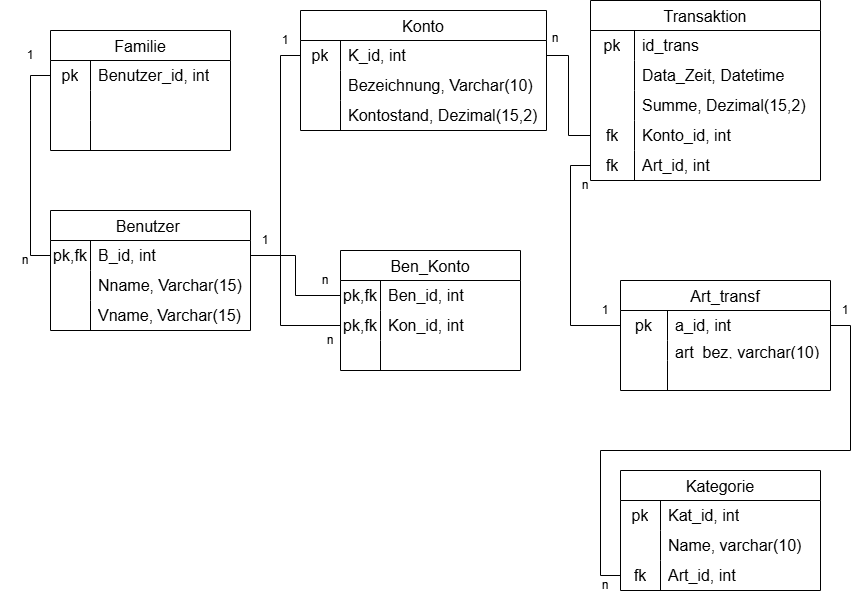
Before: image/budget_relmodell.drawio.png, a diagram exported from draw.io (MaryGh20/Budgetverwaltungsssystem1). Source tidied: cells renumbered, new cells last; positions are measured from the earlier drawing's top-left corner, leaving out a move shared by most shapes.
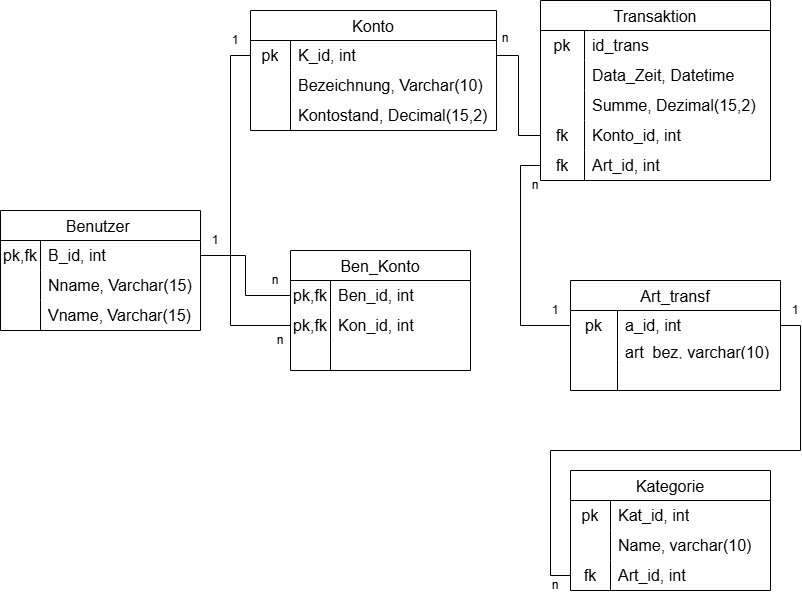
After the commit.

Commit message:
'image_korrektur_familie_loeschen'

The edit, as a diff of the source:
```diff
@@ -2,36 +2,6 @@
   <root>
     <mxCell id="0" />
     <mxCell id="1" parent="0" />
-    <mxCell id="2" value="Familie" style="shape=table;startSize=30;rowLines=0;fontStyle=0;strokeColor=default;fontSize=16;" parent="1" vertex="1">
-      <mxGeometry x="50" y="30" width="180" height="120" as="geometry" />
-    </mxCell>
-    <mxCell id="3" style="shape=tableRow;horizontal=0;startSize=0;swimlaneHead=0;swimlaneBody=0;top=0;left=0;bottom=0;right=0;fillColor=none;points=[[0,0.5],[1,0.5]];portConstraint=eastwest;strokeColor=inherit;fontSize=16;" parent="2" vertex="1">
-      <mxGeometry y="30" width="180" height="30" as="geometry" />
-    </mxCell>
-    <mxCell id="4" value="pk" style="shape=partialRectangle;html=1;whiteSpace=wrap;fillColor=none;top=0;left=0;bottom=0;right=0;overflow=hidden;strokeColor=inherit;fontSize=16;" parent="3" vertex="1">
-      <mxGeometry width="40" height="30" as="geometry" />
-    </mxCell>
-    <mxCell id="5" value="Benutzer_id, int" style="shape=partialRectangle;html=1;whiteSpace=wrap;fillColor=none;top=0;left=0;bottom=0;right=0;align=left;spacingLeft=6;overflow=hidden;strokeColor=inherit;fontSize=16;" parent="3" vertex="1">
-      <mxGeometry x="40" width="140" height="30" as="geometry" />
-    </mxCell>
-    <mxCell id="6" style="shape=tableRow;horizontal=0;startSize=0;swimlaneHead=0;swimlaneBody=0;top=0;left=0;bottom=0;right=0;fillColor=none;strokeColor=inherit;fontSize=16;" parent="2" vertex="1">
-      <mxGeometry y="60" width="180" height="30" as="geometry" />
-    </mxCell>
-    <mxCell id="7" style="shape=partialRectangle;html=1;whiteSpace=wrap;fillColor=none;top=0;left=0;bottom=0;right=0;overflow=hidden;strokeColor=inherit;fontSize=16;" parent="6" vertex="1">
-      <mxGeometry width="40" height="30" as="geometry" />
-    </mxCell>
-    <mxCell id="8" style="shape=partialRectangle;html=1;whiteSpace=wrap;fillColor=none;top=0;left=0;bottom=0;right=0;align=left;spacingLeft=6;overflow=hidden;strokeColor=inherit;fontSize=16;" parent="6" vertex="1">
-      <mxGeometry x="40" width="140" height="30" as="geometry" />
-    </mxCell>
-    <mxCell id="9" style="shape=tableRow;horizontal=0;startSize=0;swimlaneHead=0;swimlaneBody=0;top=0;left=0;bottom=0;right=0;fillColor=none;strokeColor=inherit;fontSize=16;" parent="2" vertex="1">
-      <mxGeometry y="90" width="180" height="30" as="geometry" />
-    </mxCell>
-    <mxCell id="10" style="shape=partialRectangle;html=1;whiteSpace=wrap;fillColor=none;top=0;left=0;bottom=0;right=0;overflow=hidden;strokeColor=inherit;fontSize=16;" parent="9" vertex="1">
-      <mxGeometry width="40" height="30" as="geometry" />
-    </mxCell>
-    <mxCell id="11" style="shape=partialRectangle;html=1;whiteSpace=wrap;fillColor=none;top=0;left=0;bottom=0;right=0;align=left;spacingLeft=6;overflow=hidden;strokeColor=inherit;fontSize=16;" parent="9" vertex="1">
-      <mxGeometry x="40" width="140" height="30" as="geometry" />
-    </mxCell>
     <mxCell id="12" value="Benutzer " style="shape=table;startSize=30;rowLines=0;fontStyle=0;strokeColor=default;fontSize=16;" parent="1" vertex="1">
       <mxGeometry x="50" y="210" width="200" height="120" as="geometry" />
     </mxCell>
@@ -62,15 +32,6 @@
     <mxCell id="21" value="Vname, Varchar(15)" style="shape=partialRectangle;html=1;whiteSpace=wrap;fillColor=none;top=0;left=0;bottom=0;right=0;align=left;spacingLeft=6;overflow=hidden;strokeColor=inherit;fontSize=16;" parent="19" vertex="1">
       <mxGeometry x="40" width="160" height="30" as="geometry" />
     </mxCell>
-    <mxCell id="22" style="edgeStyle=orthogonalEdgeStyle;rounded=0;jettySize=auto;html=1;entryX=0;entryY=0.5;entryDx=0;entryDy=0;exitX=0;exitY=0.5;exitDx=0;exitDy=0;endArrow=none;endFill=0;" parent="1" edge="1" source="3" target="13">
-      <mxGeometry relative="1" as="geometry" />
-    </mxCell>
-    <mxCell id="23" value="1" style="text;html=1;whiteSpace=wrap;strokeColor=none;fillColor=none;align=center;verticalAlign=middle;rounded=0;" parent="1" vertex="1">
-      <mxGeometry y="40" width="60" height="30" as="geometry" />
-    </mxCell>
-    <mxCell id="24" value="n" style="text;html=1;whiteSpace=wrap;strokeColor=none;fillColor=none;align=center;verticalAlign=middle;rounded=0;" parent="1" vertex="1">
-      <mxGeometry x="10" y="250" width="30" height="20" as="geometry" />
-    </mxCell>
     <mxCell id="25" value="Ben_Konto" style="shape=table;startSize=30;rowLines=0;fontStyle=0;strokeColor=default;fontSize=16;" parent="1" vertex="1">
       <mxGeometry x="340" y="250" width="180" height="120" as="geometry" />
     </mxCell>
@@ -128,7 +89,7 @@
     <mxCell id="43" style="shape=partialRectangle;html=1;whiteSpace=wrap;fillColor=none;top=0;left=0;bottom=0;right=0;overflow=hidden;strokeColor=inherit;fontSize=16;" parent="42" vertex="1">
       <mxGeometry width="40" height="30" as="geometry" />
     </mxCell>
-    <mxCell id="44" value="Kontostand, Dezimal(15,2)" style="shape=partialRectangle;html=1;whiteSpace=wrap;fillColor=none;top=0;left=0;bottom=0;right=0;align=left;spacingLeft=6;overflow=hidden;strokeColor=inherit;fontSize=16;" parent="42" vertex="1">
+    <mxCell id="44" value="Kontostand, Decimal(15,2)" style="shape=partialRectangle;html=1;whiteSpace=wrap;fillColor=none;top=0;left=0;bottom=0;right=0;align=left;spacingLeft=6;overflow=hidden;strokeColor=inherit;fontSize=16;" parent="42" vertex="1">
       <mxGeometry x="40" width="206" height="30" as="geometry" />
     </mxCell>
     <mxCell id="45" style="edgeStyle=orthogonalEdgeStyle;rounded=0;jettySize=auto;html=1;exitX=1;exitY=0.5;exitDx=0;exitDy=0;entryX=0;entryY=0.5;entryDx=0;entryDy=0;endArrow=none;endFill=0;" parent="1" edge="1" source="13" target="26">
```
